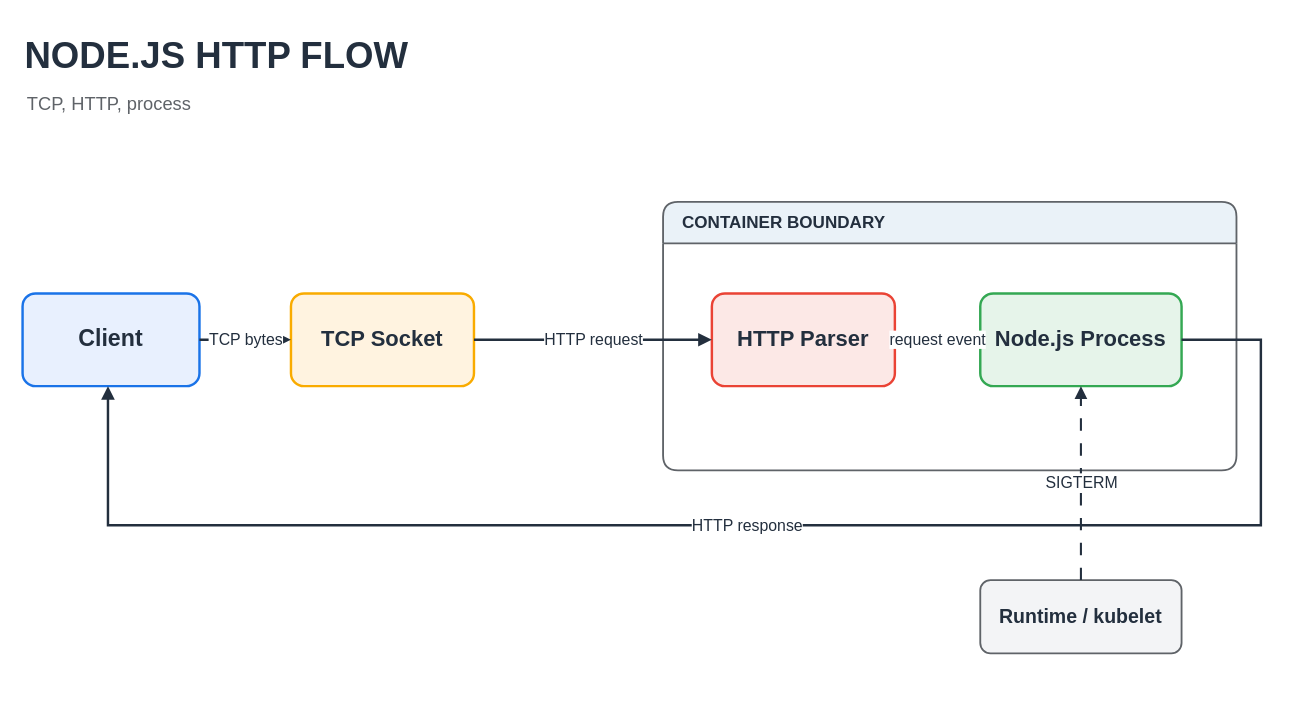
This is assets/img/nodejs/node-http-request-lifecycle-flow.drawio from KKamJi98/kkamji98.github.io, a draw.io file, before an edit. Source tidied: cells renumbered, new cells numbered last; positions are measured from the earlier drawing's top-left corner, leaving out a move shared by most shapes. Both pictures are drawn from the tidied source at 122%, with x=0, y=0 at pixel (22, 28).
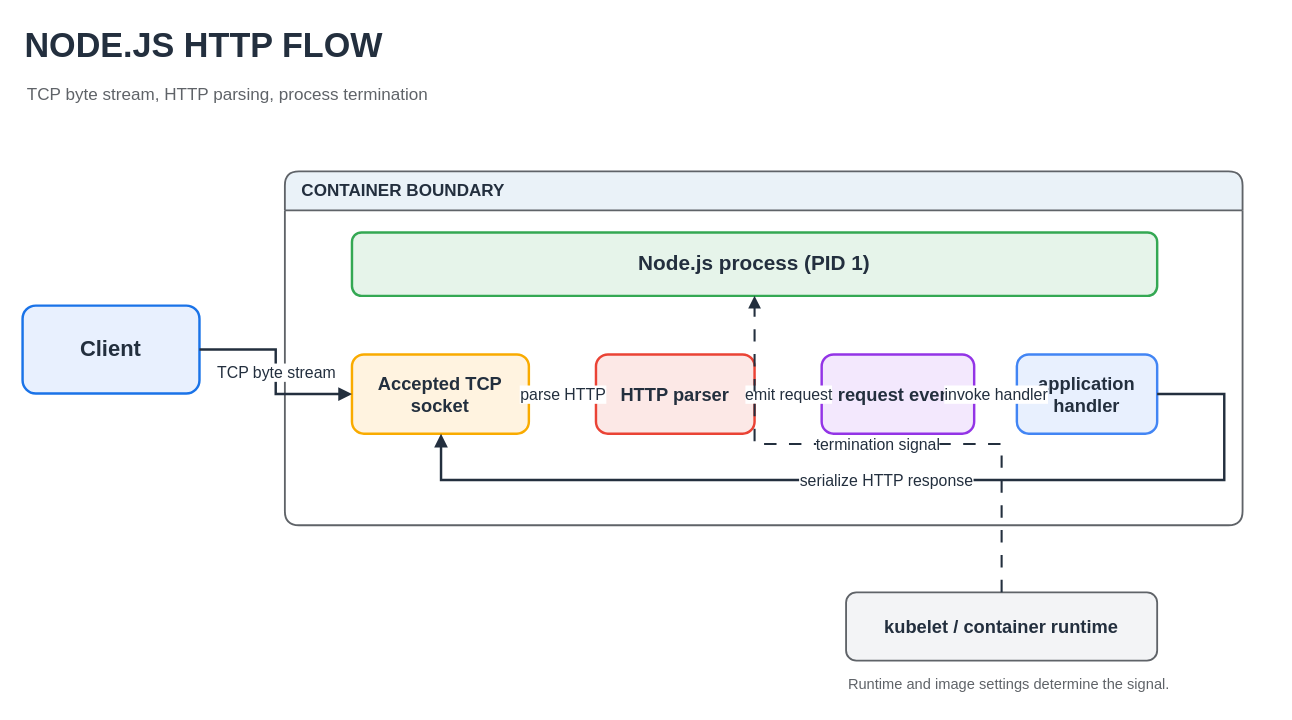
Above is the later version.

Commit message (it also covers changes not shown here):
docs: harden Node.js request lifecycle boundaries

The edit, as a diff of the source:
```diff
@@
-    <mxCell id="2" value="NODE.JS HTTP FLOW" style="text;html=1;strokeColor=none;fillColor=none;align=left;verticalAlign=middle;fontSize=30;fontStyle=1;fontColor=#232F3E;" parent="1" vertex="1">
-      <mxGeometry width="800" height="44" as="geometry" />
+    <mxCell id="2" value="NODE.JS HTTP FLOW" style="text;html=1;strokeColor=none;fillColor=none;align=left;verticalAlign=middle;fontSize=28;fontStyle=1;fontColor=#232F3E;" parent="1" vertex="1">
+      <mxGeometry y="-6" width="760" height="40" as="geometry" />
     </mxCell>
-    <mxCell id="3" value="TCP, HTTP, process" style="text;html=1;strokeColor=none;fillColor=none;align=left;verticalAlign=middle;fontSize=15;fontColor=#5F6368;" parent="1" vertex="1">
-      <mxGeometry x="2" y="47" width="760" height="28" as="geometry" />
+    <mxCell id="3" value="TCP byte stream, HTTP parsing, process termination" style="text;html=1;strokeColor=none;fillColor=none;align=left;verticalAlign=middle;fontSize=14;fontColor=#5F6368;" parent="1" vertex="1">
+      <mxGeometry x="2" y="40" width="760" height="28" as="geometry" />
     </mxCell>
+    <mxCell id="5" value="Client" style="rounded=1;whiteSpace=wrap;html=1;fillColor=#E8F0FE;strokeColor=#1A73E8;strokeWidth=2;fontColor=#232F3E;fontSize=18;fontStyle=1;" parent="1" vertex="1">
+      <mxGeometry y="227" width="145" height="72" as="geometry" />
+    </mxCell>
-    <mxCell id="4" value="CONTAINER BOUNDARY" style="swimlane;horizontal=1;startSize=34;rounded=1;arcSize=12;html=1;fillColor=#EAF2F8;swimlaneFillColor=#FFFFFF;strokeColor=#5F6368;strokeWidth=1.5;fontSize=14;fontStyle=1;fontColor=#232F3E;align=left;spacingLeft=14;" parent="1" vertex="1">
-      <mxGeometry x="525" y="142" width="470" height="220" as="geometry" />
+    <mxCell id="4" value="CONTAINER BOUNDARY" style="swimlane;horizontal=1;startSize=32;rounded=1;arcSize=12;html=1;fillColor=#EAF2F8;swimlaneFillColor=#FFFFFF;strokeColor=#5F6368;strokeWidth=1.5;fontColor=#232F3E;fontSize=14;fontStyle=1;align=left;spacingLeft=12;" parent="1" vertex="1">
+      <mxGeometry x="215" y="117" width="785" height="290" as="geometry" />
     </mxCell>
-    <mxCell id="5" value="Client" style="rounded=1;arcSize=14;whiteSpace=wrap;html=1;fillColor=#E8F0FE;strokeColor=#1A73E8;strokeWidth=2;fontColor=#232F3E;fontSize=19;fontStyle=1;align=center;verticalAlign=middle;" parent="1" vertex="1">
-      <mxGeometry y="217" width="145" height="76" as="geometry" />
-    </mxCell>
-    <mxCell id="6" value="TCP Socket" style="rounded=1;arcSize=14;whiteSpace=wrap;html=1;fillColor=#FFF3E0;strokeColor=#F9AB00;strokeWidth=2;fontColor=#232F3E;fontSize=18;fontStyle=1;align=center;verticalAlign=middle;" parent="1" vertex="1">
-      <mxGeometry x="220" y="217" width="150" height="76" as="geometry" />
-    </mxCell>
-    <mxCell id="7" value="HTTP Parser" style="rounded=1;arcSize=14;whiteSpace=wrap;html=1;fillColor=#FCE8E6;strokeColor=#EA4335;strokeWidth=2;fontColor=#232F3E;fontSize=18;fontStyle=1;align=center;verticalAlign=middle;" parent="1" vertex="1">
-      <mxGeometry x="565" y="217" width="150" height="76" as="geometry" />
-    </mxCell>
-    <mxCell id="8" value="Node.js Process" style="rounded=1;arcSize=14;whiteSpace=wrap;html=1;fillColor=#E6F4EA;strokeColor=#34A853;strokeWidth=2;fontColor=#232F3E;fontSize=18;fontStyle=1;align=center;verticalAlign=middle;" parent="1" vertex="1">
-      <mxGeometry x="785" y="217" width="165" height="76" as="geometry" />
-    </mxCell>
+    <mxCell id="15" value="Node.js process (PID 1)" style="rounded=1;whiteSpace=wrap;html=1;fillColor=#E6F4EA;strokeColor=#34A853;strokeWidth=2;fontColor=#232F3E;fontSize=17;fontStyle=1;" parent="1" vertex="1">
+      <mxGeometry x="270" y="167" width="660" height="52" as="geometry" />
+    </mxCell>
+    <mxCell id="16" value="Accepted TCP socket" style="rounded=1;whiteSpace=wrap;html=1;fillColor=#FFF3E0;strokeColor=#F9AB00;strokeWidth=2;fontColor=#232F3E;fontSize=15;fontStyle=1;" parent="1" vertex="1">
+      <mxGeometry x="270" y="267" width="145" height="65" as="geometry" />
+    </mxCell>
+    <mxCell id="17" value="HTTP parser" style="rounded=1;whiteSpace=wrap;html=1;fillColor=#FCE8E6;strokeColor=#EA4335;strokeWidth=2;fontColor=#232F3E;fontSize=15;fontStyle=1;" parent="1" vertex="1">
+      <mxGeometry x="470" y="267" width="130" height="65" as="geometry" />
+    </mxCell>
+    <mxCell id="11" value="request event" style="rounded=1;whiteSpace=wrap;html=1;fillColor=#F3E8FD;strokeColor=#9334E6;strokeWidth=2;fontColor=#232F3E;fontSize=15;fontStyle=1;" parent="1" vertex="1">
+      <mxGeometry x="655" y="267" width="125" height="65" as="geometry" />
+    </mxCell>
+    <mxCell id="18" value="application handler" style="rounded=1;whiteSpace=wrap;html=1;fillColor=#E8F0FE;strokeColor=#4285F4;strokeWidth=2;fontColor=#232F3E;fontSize=15;fontStyle=1;" parent="1" vertex="1">
+      <mxGeometry x="815" y="267" width="115" height="65" as="geometry" />
+    </mxCell>
-    <mxCell id="9" value="TCP bytes" style="edgeStyle=orthogonalEdgeStyle;rounded=0;html=1;strokeColor=#232F3E;strokeWidth=2;endArrow=block;endFill=1;fontSize=13;fontColor=#232F3E;labelBackgroundColor=#FFFFFF;" parent="1" edge="1" source="5" target="6">
+    <mxCell id="9" value="TCP byte stream" style="edgeStyle=orthogonalEdgeStyle;rounded=0;html=1;strokeColor=#232F3E;strokeWidth=2;endArrow=block;endFill=1;fontColor=#232F3E;fontSize=13;labelBackgroundColor=#FFFFFF;" parent="1" edge="1" source="5" target="16">
       <mxGeometry relative="1" as="geometry" />
     </mxCell>
-    <mxCell id="10" value="HTTP request" style="edgeStyle=orthogonalEdgeStyle;rounded=0;html=1;strokeColor=#232F3E;strokeWidth=2;endArrow=block;endFill=1;fontSize=13;fontColor=#232F3E;labelBackgroundColor=#FFFFFF;" parent="1" edge="1" source="6" target="7">
-      <mxGeometry relative="1" as="geometry" />
-    </mxCell>
-    <mxCell id="11" value="request event" style="edgeStyle=orthogonalEdgeStyle;rounded=0;html=1;strokeColor=#232F3E;strokeWidth=2;endArrow=block;endFill=1;fontSize=13;fontColor=#232F3E;labelBackgroundColor=#FFFFFF;" parent="1" edge="1" source="7" target="8">
-      <mxGeometry relative="1" as="geometry" />
-    </mxCell>
-    <mxCell id="12" value="HTTP response" style="edgeStyle=orthogonalEdgeStyle;rounded=0;html=1;strokeColor=#232F3E;strokeWidth=2;endArrow=block;endFill=1;fontSize=13;fontColor=#232F3E;labelBackgroundColor=#FFFFFF;" parent="1" edge="1" source="8" target="5">
-      <mxGeometry relative="1" as="geometry">
-        <Array as="points">
-          <mxPoint x="1015" y="407" />
-          <mxPoint x="70" y="407" />
-        </Array>
-      </mxGeometry>
-    </mxCell>
+    <mxCell id="19" value="parse HTTP" style="edgeStyle=orthogonalEdgeStyle;rounded=0;html=1;strokeColor=#232F3E;strokeWidth=2;endArrow=block;endFill=1;fontColor=#232F3E;fontSize=13;labelBackgroundColor=#FFFFFF;" parent="1" edge="1" source="16" target="17">
+      <mxGeometry relative="1" as="geometry" />
+    </mxCell>
+    <mxCell id="20" value="emit request" style="edgeStyle=orthogonalEdgeStyle;rounded=0;html=1;strokeColor=#232F3E;strokeWidth=2;endArrow=block;endFill=1;fontColor=#232F3E;fontSize=13;labelBackgroundColor=#FFFFFF;" parent="1" edge="1" source="17" target="11">
+      <mxGeometry relative="1" as="geometry" />
+    </mxCell>
+    <mxCell id="21" value="invoke handler" style="edgeStyle=orthogonalEdgeStyle;rounded=0;html=1;strokeColor=#232F3E;strokeWidth=2;endArrow=block;endFill=1;fontColor=#232F3E;fontSize=13;labelBackgroundColor=#FFFFFF;" parent="1" edge="1" source="11" target="18">
+      <mxGeometry relative="1" as="geometry" />
+    </mxCell>
+    <mxCell id="22" value="serialize HTTP response" style="edgeStyle=orthogonalEdgeStyle;rounded=0;html=1;strokeColor=#232F3E;strokeWidth=2;endArrow=block;endFill=1;fontColor=#232F3E;fontSize=13;labelBackgroundColor=#FFFFFF;" parent="1" edge="1" source="18" target="16">
+      <mxGeometry relative="1" as="geometry">
+        <Array as="points">
+          <mxPoint x="985" y="370" />
+          <mxPoint x="343" y="370" />
+        </Array>
+      </mxGeometry>
+    </mxCell>
-    <mxCell id="13" value="Runtime / kubelet" style="rounded=1;arcSize=14;whiteSpace=wrap;html=1;fillColor=#F3F4F6;strokeColor=#5F6368;strokeWidth=1.5;fontColor=#232F3E;fontSize=16;fontStyle=1;align=center;verticalAlign=middle;" parent="1" vertex="1">
-      <mxGeometry x="785" y="452" width="165" height="60" as="geometry" />
+    <mxCell id="13" value="kubelet / container runtime" style="rounded=1;whiteSpace=wrap;html=1;fillColor=#F3F4F6;strokeColor=#5F6368;strokeWidth=1.5;fontColor=#232F3E;fontSize=15;fontStyle=1;" parent="1" vertex="1">
+      <mxGeometry x="675" y="462" width="255" height="56" as="geometry" />
     </mxCell>
-    <mxCell id="14" value="SIGTERM" style="edgeStyle=orthogonalEdgeStyle;rounded=0;html=1;dashed=1;dashPattern=6 6;strokeColor=#232F3E;strokeWidth=1.7;endArrow=block;endFill=1;fontSize=13;fontColor=#232F3E;labelBackgroundColor=#FFFFFF;" parent="1" edge="1" source="13" target="8">
-      <mxGeometry relative="1" as="geometry" />
-    </mxCell>
+    <mxCell id="23" value="termination signal" style="edgeStyle=orthogonalEdgeStyle;rounded=0;html=1;dashed=1;dashPattern=6 6;strokeColor=#232F3E;strokeWidth=1.7;endArrow=block;endFill=1;fontColor=#232F3E;fontSize=13;labelBackgroundColor=#FFFFFF;" parent="1" edge="1" source="13" target="15">
+      <mxGeometry relative="1" as="geometry" />
+    </mxCell>
+    <mxCell id="24" value="Runtime and image settings determine the signal." style="text;html=1;strokeColor=none;fillColor=none;align=left;verticalAlign=middle;fontSize=12;fontColor=#5F6368;" parent="1" vertex="1">
+      <mxGeometry x="675" y="526" width="330" height="24" as="geometry" />
+    </mxCell>
```
